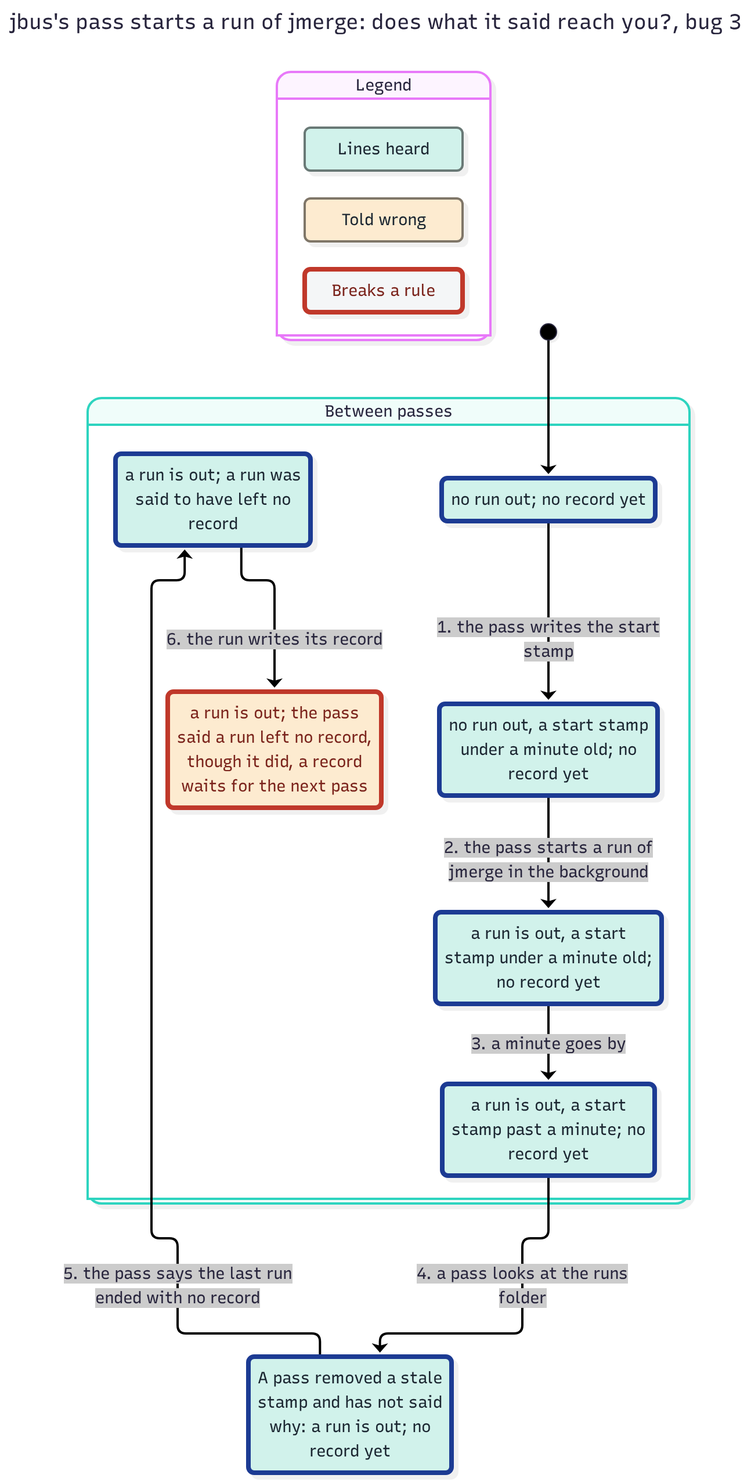
Above: features/jmerge/spec/MergeRun-statechart/bug-3.png in JoshuaHayesWasHere/jstack (Mermaid), before the change. Its source is kept beside it as features/jmerge/spec/MergeRun-statechart/bug-3.mmd.
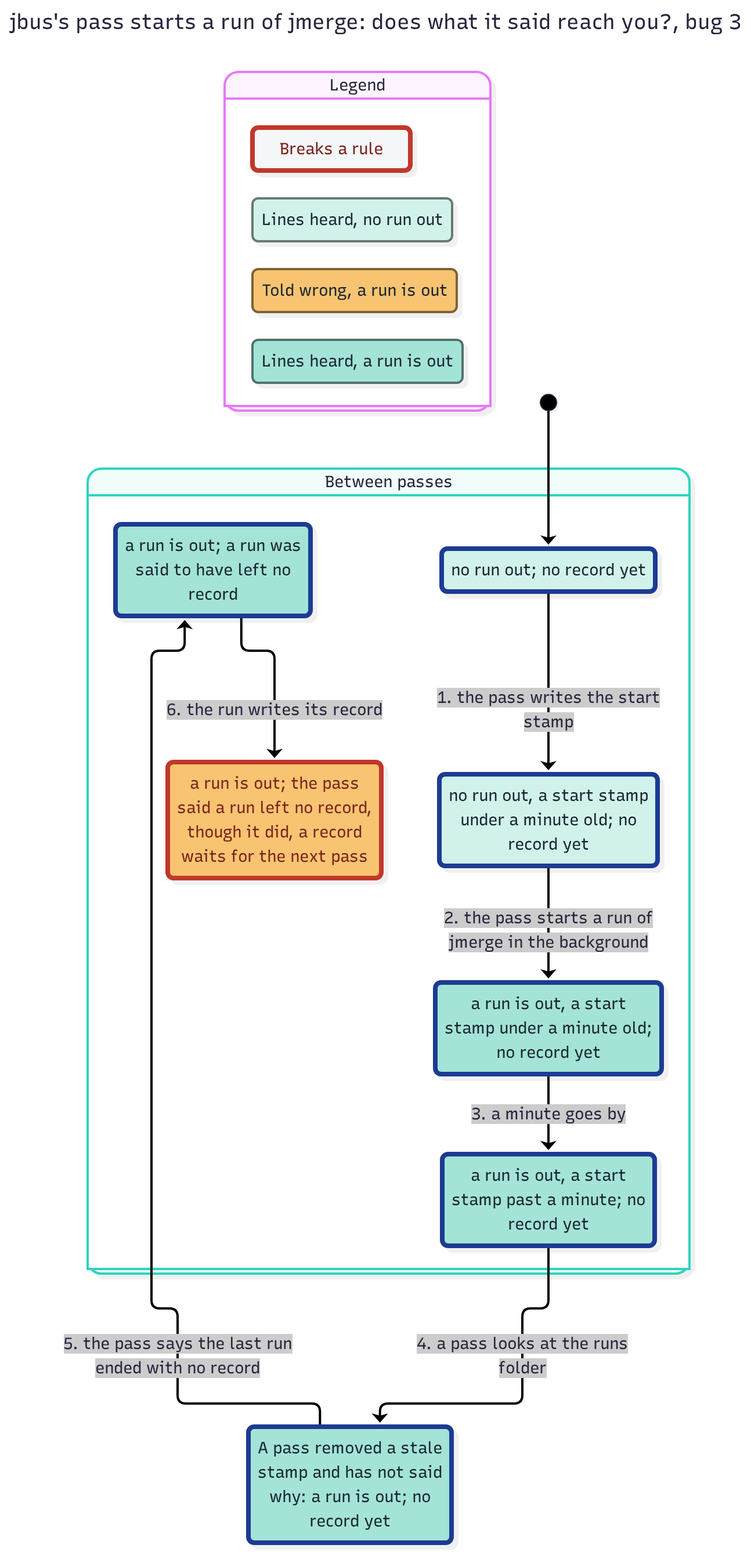
After the commit.

What changed in the source:
```diff
@@ -9,15 +9,19 @@
   classDef plainWrong fill:#f4f6f7,stroke:#c0392b,stroke-width:4px,color:#7b241c
   classDef group0 fill:#d1f2eb,stroke:#697976,color:#1b2631
   classDef group0Path fill:#d1f2eb,stroke:#1f3a93,stroke-width:4px,color:#1b2631
-  classDef group2 fill:#fdebd0,stroke:#7f7668,color:#1b2631
-  classDef group2Wrong fill:#fdebd0,stroke:#c0392b,stroke-width:4px,color:#7b241c
+  classDef group1 fill:#a3e4d7,stroke:#52726c,color:#1b2631
+  classDef group1Path fill:#a3e4d7,stroke:#1f3a93,stroke-width:4px,color:#1b2631
+  classDef group4 fill:#f8c471,stroke:#7c6239,color:#1b2631
+  classDef group4Wrong fill:#f8c471,stroke:#c0392b,stroke-width:4px,color:#7b241c
   state "Legend" as legend {
-    state "Lines heard" as legendGroup0
-    state "Told wrong" as legendGroup2
+    state "Lines heard, no run out" as legendGroup0
+    state "Lines heard, a run is out" as legendGroup1
+    state "Told wrong, a run is out" as legendGroup4
     state "Breaks a rule" as legendWrong
   }
   class legendGroup0 group0
-  class legendGroup2 group2
+  class legendGroup1 group1
+  class legendGroup4 group4
   class legendWrong plainWrong
   state "Between passes" as g0 {
     state "a run is out, a start<br/>stamp past a minute; no<br/>record yet" as s0
@@ -35,10 +39,10 @@
   s0 --> s6 : 4. a pass looks at the runs<br/>folder
   s6 --> s2 : 5. the pass says the last run<br/>ended with no record
   s2 --> s3 : 6. the run writes its record
-  class s6 group0Path
-  class s0 group0Path
-  class s1 group0Path
-  class s2 group0Path
-  class s3 group2Wrong
+  class s6 group1Path
+  class s0 group1Path
+  class s1 group1Path
+  class s2 group1Path
+  class s3 group4Wrong
   class s4 group0Path
   class s5 group0Path
```
